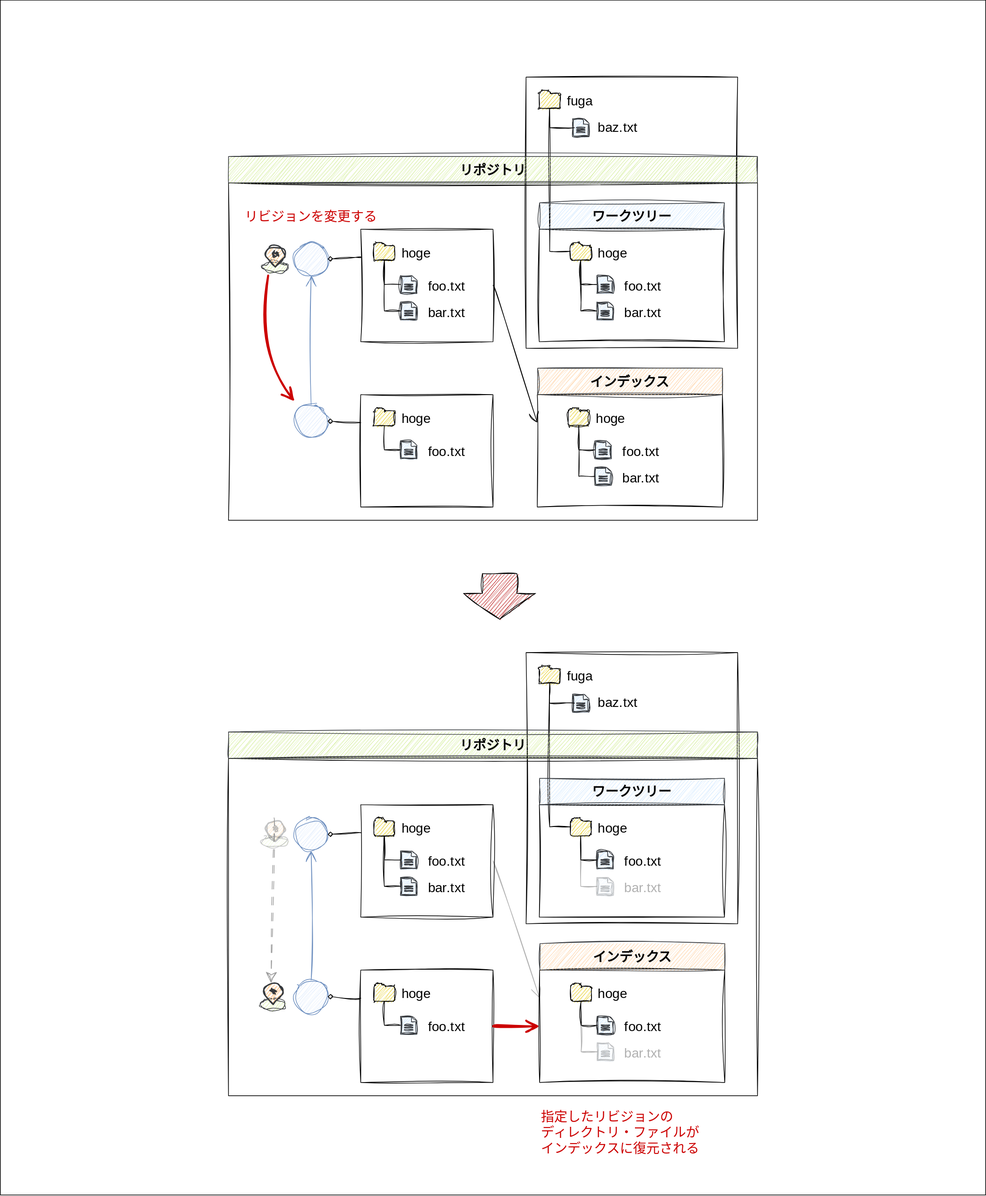
This is doc/image/introducion/index.drawio.svg from kazurego7/fit, a draw.io export, as it was before one commit. Source tidied: cells renumbered, new cells last; positions are measured from the earlier drawing's top-left corner, leaving out a move shared by most shapes.
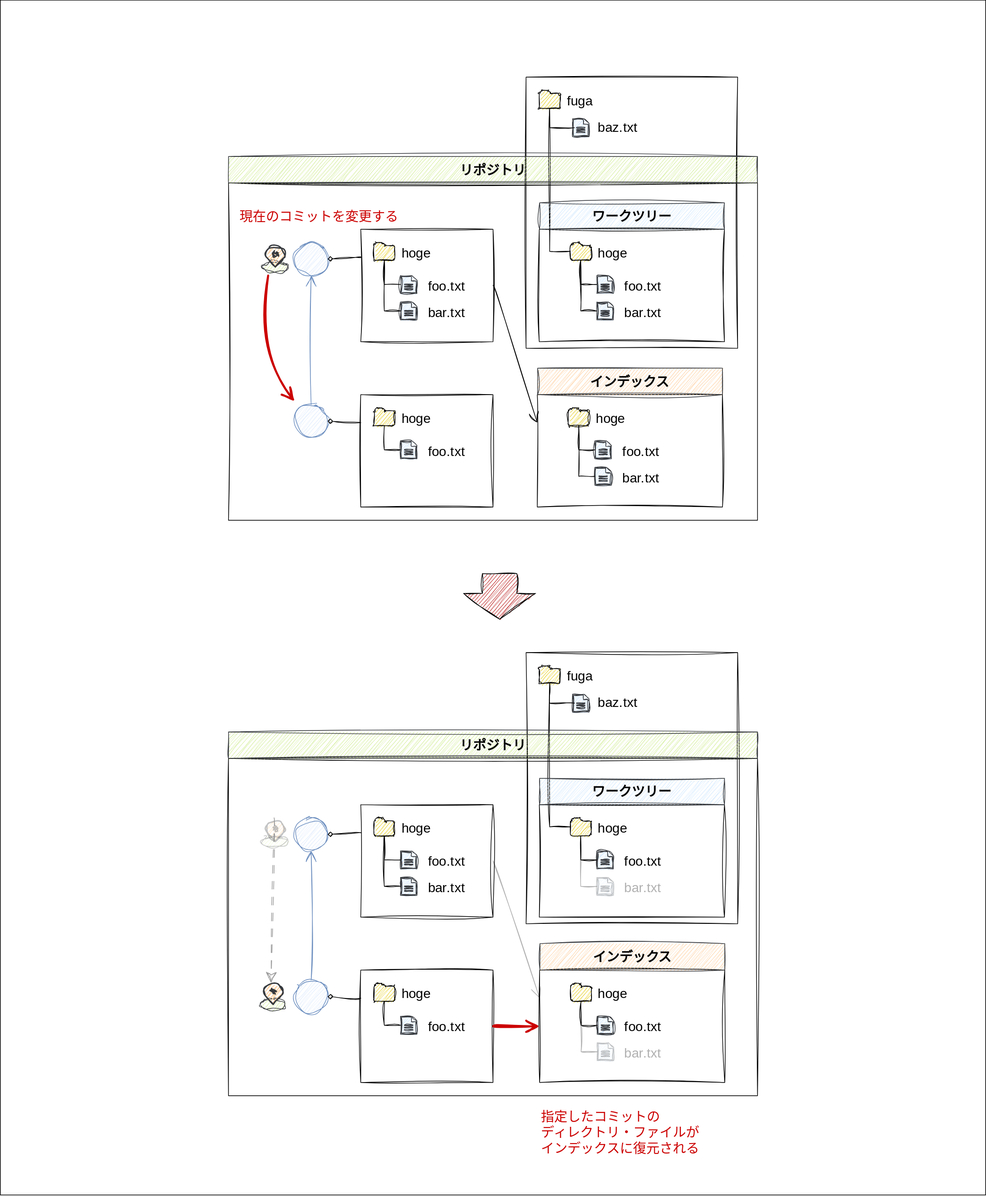
After the change.

The edit, as a diff of the source:
```diff
@@ -284,8 +284,8 @@
         </Array>
       </mxGeometry>
     </mxCell>
-    <mxCell id="94" value="リビジョンを変更する" style="text;strokeColor=none;fillColor=none;html=1;align=center;verticalAlign=middle;whiteSpace=wrap;rounded=0;sketch=1;hachureGap=4;jiggle=2;curveFitting=1;fontFamily=Zen Kurenaido;fontSource=https%3A%2F%2Ffonts.googleapis.com%2Fcss%3Ffamily%3DZen%2BKurenaido;fontSize=20;fontColor=#CC0000;" parent="1" vertex="1">
-      <mxGeometry x="350" y="301" width="240" height="50" as="geometry" />
+    <mxCell id="94" value="現在のコミットを変更する" style="text;strokeColor=none;fillColor=none;html=1;align=center;verticalAlign=middle;whiteSpace=wrap;rounded=0;sketch=1;hachureGap=4;jiggle=2;curveFitting=1;fontFamily=Zen Kurenaido;fontSource=https%3A%2F%2Ffonts.googleapis.com%2Fcss%3Ffamily%3DZen%2BKurenaido;fontSize=20;fontColor=#CC0000;" parent="1" vertex="1">
+      <mxGeometry x="350" y="301" width="265" height="50" as="geometry" />
     </mxCell>
     <mxCell id="95" style="group;" parent="1" vertex="1">
       <mxGeometry x="391.8" y="1486" width="40" height="40" as="geometry" />
@@ -368,7 +368,7 @@
     <mxCell id="121" value="&lt;font face=&quot;Zen Kurenaido&quot;&gt;インデックス&lt;/font&gt;" style="rounded=0;whiteSpace=wrap;html=1;shadow=0;sketch=1;hachureGap=4;jiggle=2;curveFitting=1;fontFamily=Architects Daughter;fontSource=https%3A%2F%2Ffonts.googleapis.com%2Fcss%3Ffamily%3DArchitects%2BDaughter;fontSize=20;fillColor=#ffcc99;strokeColor=#36393d;fontStyle=1;" parent="1" vertex="1">
       <mxGeometry x="816" y="1426" width="279.5" height="40" as="geometry" />
     </mxCell>
-    <mxCell id="122" value="指定したリビジョンの&lt;br&gt;ディレクトリ・ファイルが&lt;br&gt;インデックスに復元される" style="text;strokeColor=none;fillColor=none;html=1;align=left;verticalAlign=middle;whiteSpace=wrap;rounded=0;sketch=1;hachureGap=4;jiggle=2;curveFitting=1;fontFamily=Zen Kurenaido;fontSource=https%3A%2F%2Ffonts.googleapis.com%2Fcss%3Ffamily%3DZen%2BKurenaido;fontSize=20;fontColor=#CC0000;" parent="1" vertex="1">
+    <mxCell id="122" value="指定したコミットの&lt;br&gt;ディレクトリ・ファイルが&lt;br&gt;インデックスに復元される" style="text;strokeColor=none;fillColor=none;html=1;align=left;verticalAlign=middle;whiteSpace=wrap;rounded=0;sketch=1;hachureGap=4;jiggle=2;curveFitting=1;fontFamily=Zen Kurenaido;fontSource=https%3A%2F%2Ffonts.googleapis.com%2Fcss%3Ffamily%3DZen%2BKurenaido;fontSize=20;fontColor=#CC0000;" parent="1" vertex="1">
       <mxGeometry x="816" y="1676" width="289.5" height="70" as="geometry" />
     </mxCell>
     <mxCell id="123" style="endArrow=none;html=1;rounded=0;sketch=1;hachureGap=4;jiggle=2;curveFitting=1;fontFamily=Architects Daughter;fontSource=https%3A%2F%2Ffonts.googleapis.com%2Fcss%3Ffamily%3DArchitects%2BDaughter;fontSize=16;sourcePerimeterSpacing=8;targetPerimeterSpacing=8;curved=1;shape=flexArrow;fillColor=#B20000;strokeColor=default;width=52;endSize=8;endWidth=17.224489795918366;endFill=0;startArrow=block;startWidth=56;startSize=12.67;" parent="1" edge="1">
```
